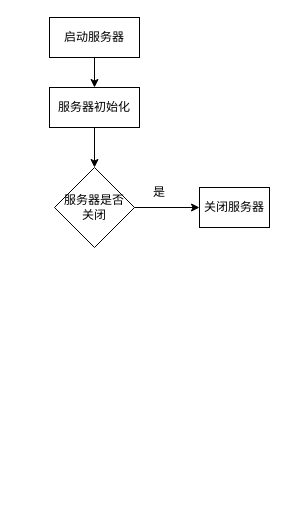
Above: redis/事件调度.drawio in buxiangchixiangcai/draw (draw.io), before the change. Source tidied: cells renumbered, new cells numbered last; positions are measured from the earlier drawing's top-left corner, leaving out a move shared by most shapes. Both pictures are drawn from the tidied source at 100%, with x=0, y=0 at pixel (49, 17).
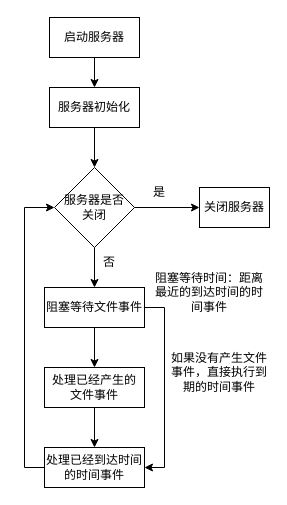
The same diagram, later.

Commit message (it also covers changes not shown here):
更新事件调度.drawio

Unchanged cells that the change refers to:
```xml
<mxCell id="7" value="服务器是否&lt;div&gt;关闭&lt;/div&gt;" style="rhombus;whiteSpace=wrap;html=1;" parent="1" vertex="1">
  <mxGeometry x="5" y="150" width="80" height="80" as="geometry" />
</mxCell>
```

Diff of the diagram source:
```diff
@@
+    <mxCell id="10" style="edgeStyle=orthogonalEdgeStyle;rounded=0;jettySize=auto;html=1;entryX=0.5;entryY=0;entryDx=0;entryDy=0;" parent="1" edge="1" source="7" target="13">
+      <mxGeometry relative="1" as="geometry" />
+    </mxCell>
@@
+    <mxCell id="11" style="edgeStyle=orthogonalEdgeStyle;rounded=0;jettySize=auto;html=1;entryX=0.5;entryY=0;entryDx=0;entryDy=0;" parent="1" edge="1" source="13" target="15">
+      <mxGeometry relative="1" as="geometry" />
+    </mxCell>
+    <mxCell id="12" style="edgeStyle=orthogonalEdgeStyle;rounded=0;jettySize=auto;html=1;entryX=1;entryY=0.5;entryDx=0;entryDy=0;" parent="1" edge="1" source="13" target="17">
+      <mxGeometry relative="1" as="geometry">
+        <Array as="points">
+          <mxPoint x="115" y="290" />
+          <mxPoint x="115" y="450" />
+        </Array>
+      </mxGeometry>
+    </mxCell>
+    <mxCell id="13" value="阻塞等待文件事件" style="rounded=0;whiteSpace=wrap;html=1;" parent="1" vertex="1">
+      <mxGeometry x="-5" y="270" width="100" height="40" as="geometry" />
+    </mxCell>
+    <mxCell id="14" style="edgeStyle=orthogonalEdgeStyle;rounded=0;jettySize=auto;html=1;" parent="1" edge="1" source="15" target="17">
+      <mxGeometry relative="1" as="geometry" />
+    </mxCell>
+    <mxCell id="15" value="处理已经产生的&lt;div&gt;文件事件&lt;/div&gt;" style="rounded=0;whiteSpace=wrap;html=1;" parent="1" vertex="1">
+      <mxGeometry x="-5" y="350" width="100" height="40" as="geometry" />
+    </mxCell>
+    <mxCell id="16" style="edgeStyle=orthogonalEdgeStyle;rounded=0;jettySize=auto;html=1;entryX=0;entryY=0.5;entryDx=0;entryDy=0;" parent="1" edge="1" source="17" target="7">
+      <mxGeometry relative="1" as="geometry">
+        <Array as="points">
+          <mxPoint x="-25" y="450" />
+          <mxPoint x="-25" y="190" />
+        </Array>
+      </mxGeometry>
+    </mxCell>
+    <mxCell id="17" value="处理已经到达时间的时间&lt;span style=&quot;background-color: transparent; color: light-dark(rgb(0, 0, 0), rgb(255, 255, 255));&quot;&gt;事件&lt;/span&gt;" style="rounded=0;whiteSpace=wrap;html=1;" parent="1" vertex="1">
+      <mxGeometry x="-5" y="430" width="100" height="40" as="geometry" />
+    </mxCell>
+    <mxCell id="18" value="否" style="text;html=1;align=center;verticalAlign=middle;whiteSpace=wrap;rounded=0;" parent="1" vertex="1">
+      <mxGeometry x="30" y="230" width="60" height="30" as="geometry" />
+    </mxCell>
+    <mxCell id="19" value="如果没有产生文件事件，直接执行到期的时间事件" style="text;html=1;align=center;verticalAlign=middle;whiteSpace=wrap;rounded=0;" parent="1" vertex="1">
+      <mxGeometry x="120" y="330" width="100" height="50" as="geometry" />
+    </mxCell>
+    <mxCell id="20" value="阻塞等待时间：距离最近的到达时间的时间事件" style="text;html=1;align=center;verticalAlign=middle;whiteSpace=wrap;rounded=0;" parent="1" vertex="1">
+      <mxGeometry x="100" y="230" width="120" height="90" as="geometry" />
+    </mxCell>
```
